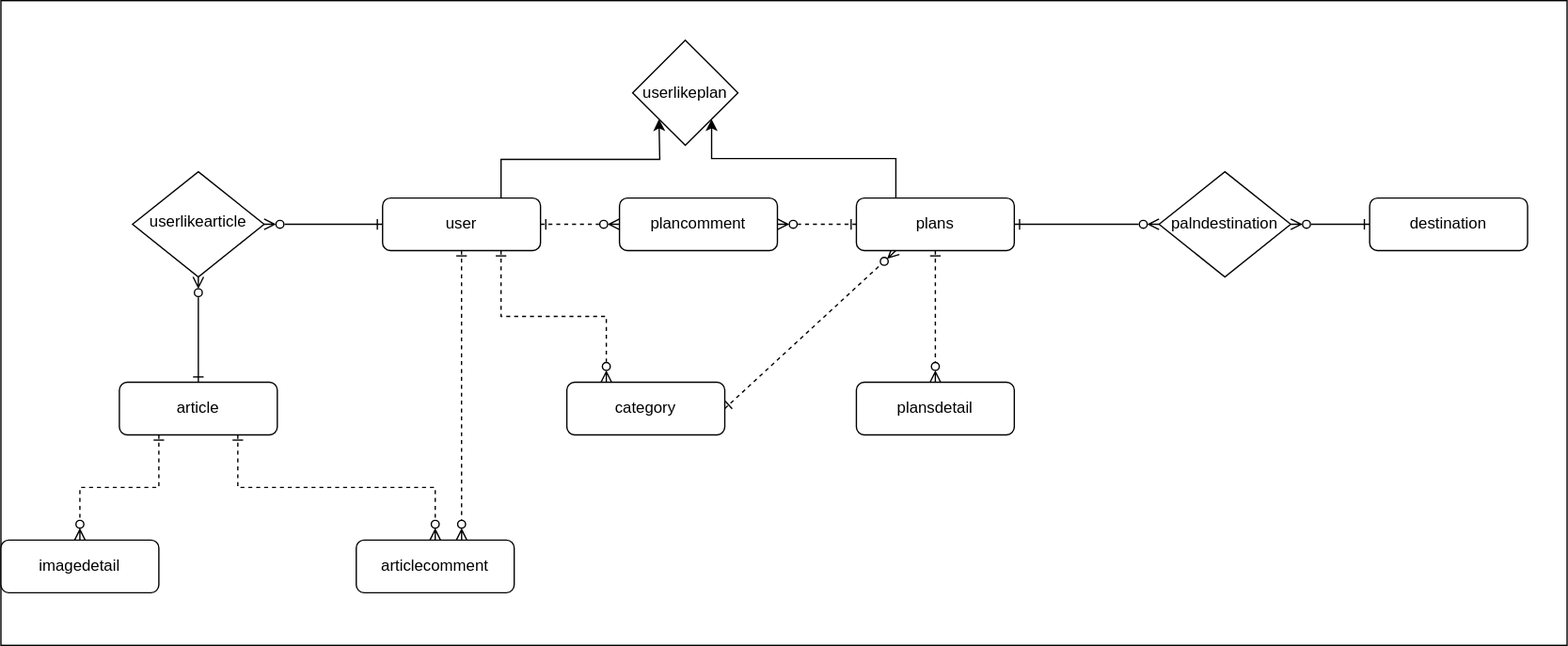
tripwith-dev/tripwith keeps this draw.io diagram as imgs/ERD.drawio.svg. Above is the earlier version. Source tidied: cells renumbered, new cells last; positions are measured from the earlier drawing's top-left corner, leaving out a move shared by most shapes.
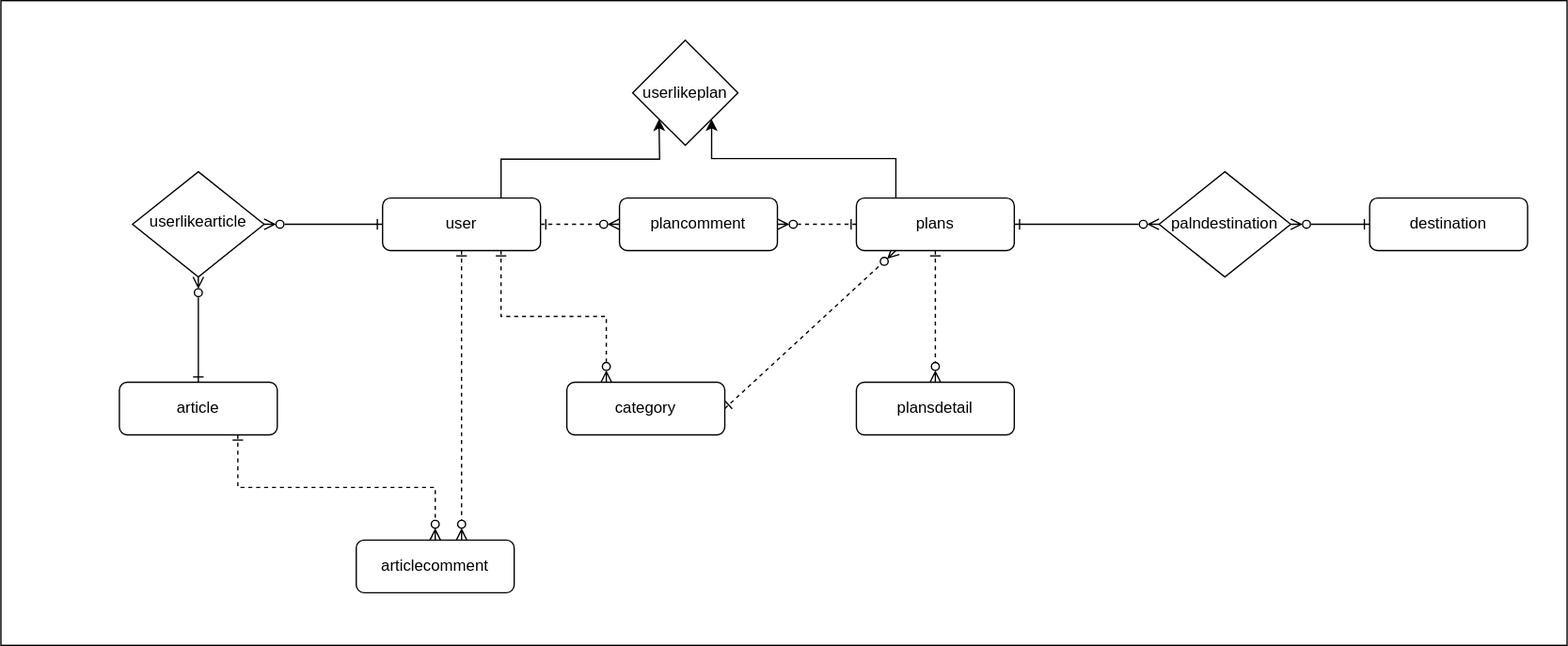
After the commit.

What changed in the source:
```diff
@@ -19,12 +19,6 @@
     <mxCell id="6" value="user" style="rounded=1;whiteSpace=wrap;html=1;fontSize=12;glass=0;strokeWidth=1;shadow=0;" parent="1" vertex="1">
       <mxGeometry x="290" y="150" width="120" height="40" as="geometry" />
     </mxCell>
-    <mxCell id="7" style="edgeStyle=orthogonalEdgeStyle;rounded=0;jettySize=auto;html=1;exitX=0.25;exitY=1;exitDx=0;exitDy=0;entryX=0.5;entryY=0;entryDx=0;entryDy=0;endArrow=ERzeroToMany;endFill=0;startArrow=ERone;startFill=0;dashed=1;" parent="1" edge="1" source="11" target="8">
-      <mxGeometry relative="1" as="geometry" />
-    </mxCell>
-    <mxCell id="8" value="imagedetail" style="rounded=1;whiteSpace=wrap;html=1;fontSize=12;glass=0;strokeWidth=1;shadow=0;" parent="1" vertex="1">
-      <mxGeometry y="410" width="120" height="40" as="geometry" />
-    </mxCell>
     <mxCell id="9" style="edgeStyle=orthogonalEdgeStyle;rounded=0;jettySize=auto;html=1;exitX=0;exitY=0.5;exitDx=0;exitDy=0;entryX=1;entryY=0.5;entryDx=0;entryDy=0;endArrow=ERzeroToMany;endFill=0;startArrow=ERone;startFill=0;" parent="1" edge="1" source="10" target="27">
       <mxGeometry relative="1" as="geometry" />
     </mxCell>
```
